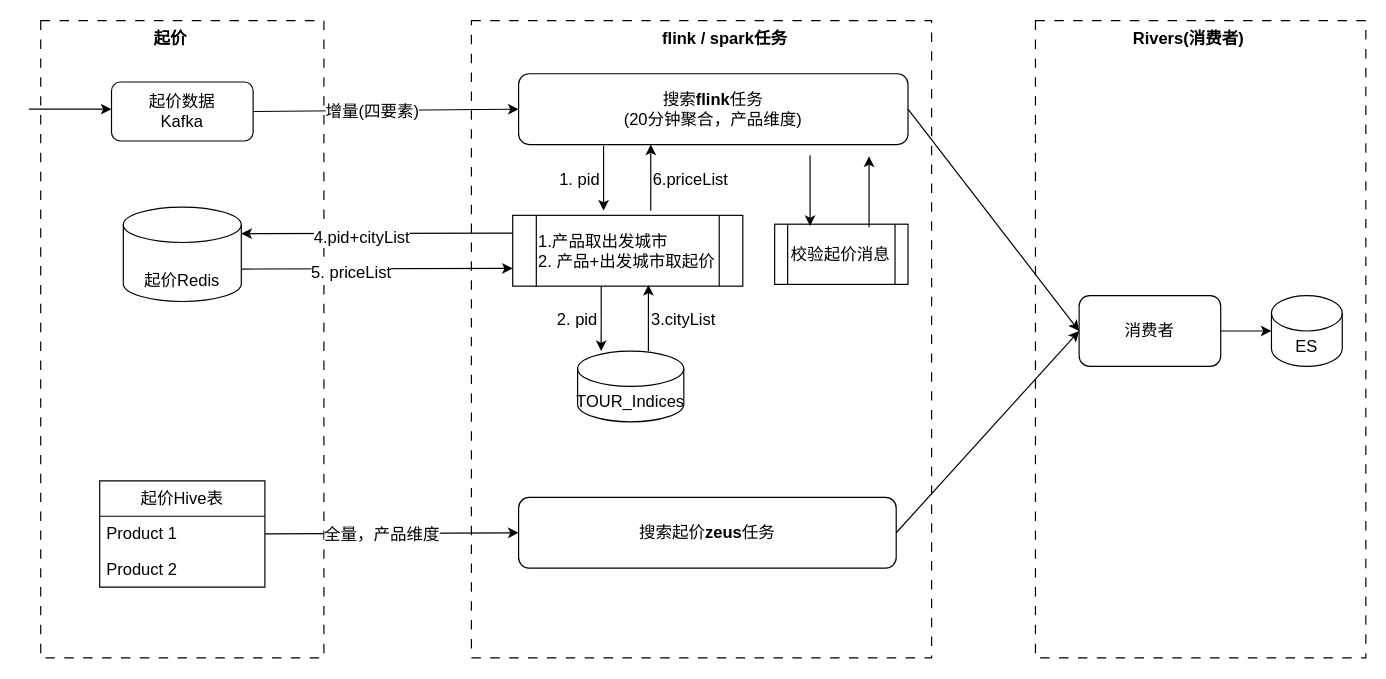
haiyang1985/draw-io keeps this draw.io diagram as 索引班期更新.drawio. Above is the earlier version. Source tidied: cells renumbered, new cells numbered last; positions are measured from the earlier drawing's top-left corner, leaving out a move shared by most shapes. Both pictures are drawn from the tidied source at 118%, with x=0, y=0 at pixel (28, 20).
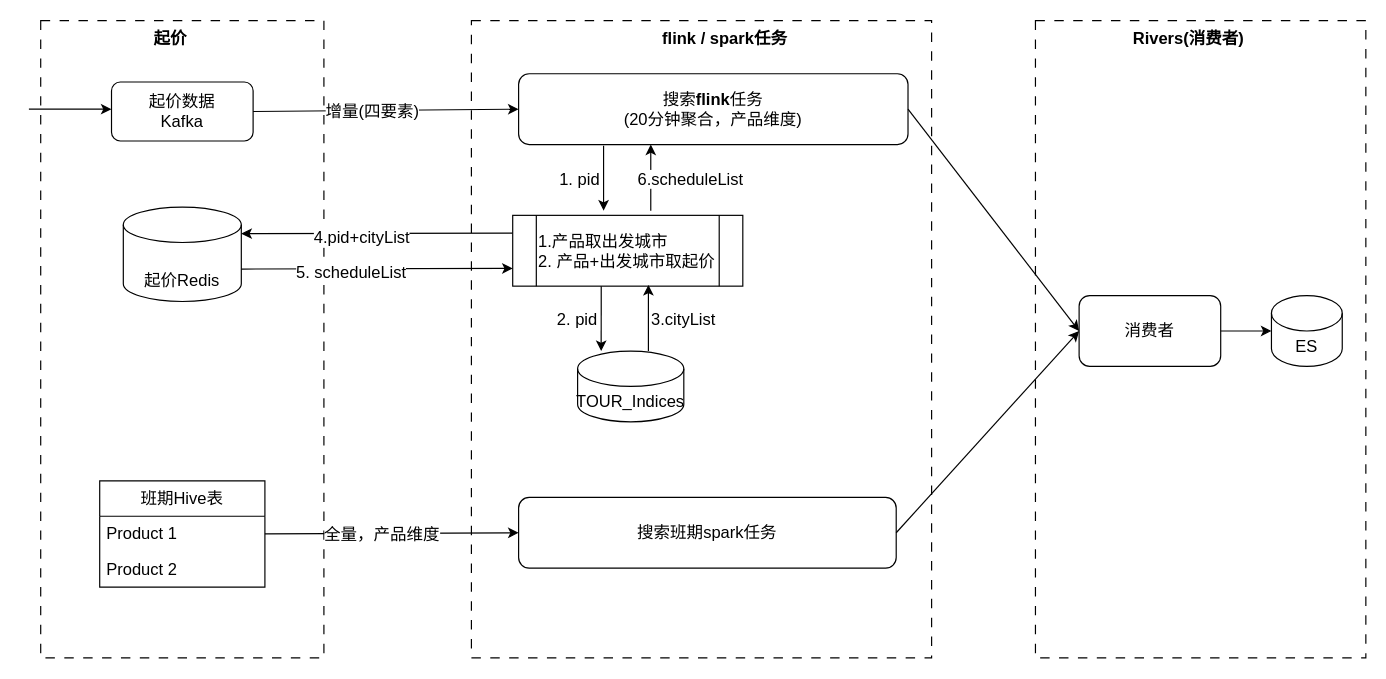
After the change.

Commit message:
更新索引班期更新.drawio

The change refers to these unchanged cells:
```xml
<mxCell id="24" style="endArrow=classic;html=1;rounded=0;exitX=1;exitY=0;exitDx=0;exitDy=52.5;exitPerimeter=0;entryX=0;entryY=0.75;entryDx=0;entryDy=0;fontSize=14;" parent="1" edge="1" source="20" target="23">
  <mxGeometry relative="1" as="geometry" />
</mxCell>
```

The edit, as a diff of the source:
```diff
@@
-    <mxCell id="12" value="校验起价消息" style="shape=process;whiteSpace=wrap;html=1;backgroundOutline=1;fontSize=14;" parent="1" vertex="1">
-      <mxGeometry x="632" y="172.5" width="113" height="51" as="geometry" />
-    </mxCell>
-    <mxCell id="13" style="endArrow=classic;html=1;rounded=0;fontSize=14;" parent="1" edge="1">
-      <mxGeometry relative="1" as="geometry">
-        <mxPoint x="662" y="114" as="sourcePoint" />
-        <mxPoint x="662" y="174" as="targetPoint" />
-      </mxGeometry>
-    </mxCell>
-    <mxCell id="14" style="endArrow=classic;html=1;rounded=0;fontSize=14;" parent="1" edge="1">
-      <mxGeometry relative="1" as="geometry">
-        <mxPoint x="712" y="175" as="sourcePoint" />
-        <mxPoint x="712" y="115" as="targetPoint" />
-      </mxGeometry>
-    </mxCell>
@@
-    <mxCell id="25" value="5. priceList" style="edgeLabel;html=1;align=center;verticalAlign=middle;fontSize=14;" parent="24" vertex="1">
+    <mxCell id="25" value="5. scheduleList" style="edgeLabel;html=1;align=center;verticalAlign=middle;fontSize=14;" parent="24" vertex="1">
       <mxGeometry x="-0.2" y="-3" relative="1" as="geometry" />
     </mxCell>
@@
-    <mxCell id="34" value="6.priceList" style="text;html=1;whiteSpace=wrap;strokeColor=none;fillColor=none;align=center;verticalAlign=middle;rounded=0;rotation=0;fontSize=14;" parent="1" vertex="1">
+    <mxCell id="34" value="&lt;span style=&quot;text-wrap-mode: nowrap; background-color: rgb(255, 255, 255);&quot;&gt;6.scheduleList&lt;/span&gt;" style="text;html=1;whiteSpace=wrap;strokeColor=none;fillColor=none;align=center;verticalAlign=middle;rounded=0;rotation=0;fontSize=14;" parent="1" vertex="1">
       <mxGeometry x="531" y="120" width="60" height="30" as="geometry" />
     </mxCell>
-    <mxCell id="35" value="起价Hive表" style="swimlane;fontStyle=0;horizontal=1;startSize=30;whiteSpace=wrap;html=1;fontSize=14;" parent="1" vertex="1">
+    <mxCell id="35" value="班期Hive表" style="swimlane;fontStyle=0;horizontal=1;startSize=30;whiteSpace=wrap;html=1;fontSize=14;" parent="1" vertex="1">
       <mxGeometry x="60" y="390" width="140" height="90" as="geometry" />
     </mxCell>
@@
-    <mxCell id="38" value="搜索起价&lt;b&gt;zeus&lt;/b&gt;任务" style="rounded=1;whiteSpace=wrap;html=1;fontSize=14;" parent="1" vertex="1">
+    <mxCell id="38" value="搜索班期spark任务" style="rounded=1;whiteSpace=wrap;html=1;fontSize=14;" parent="1" vertex="1">
       <mxGeometry x="415" y="404" width="320" height="60" as="geometry" />
     </mxCell>
```
